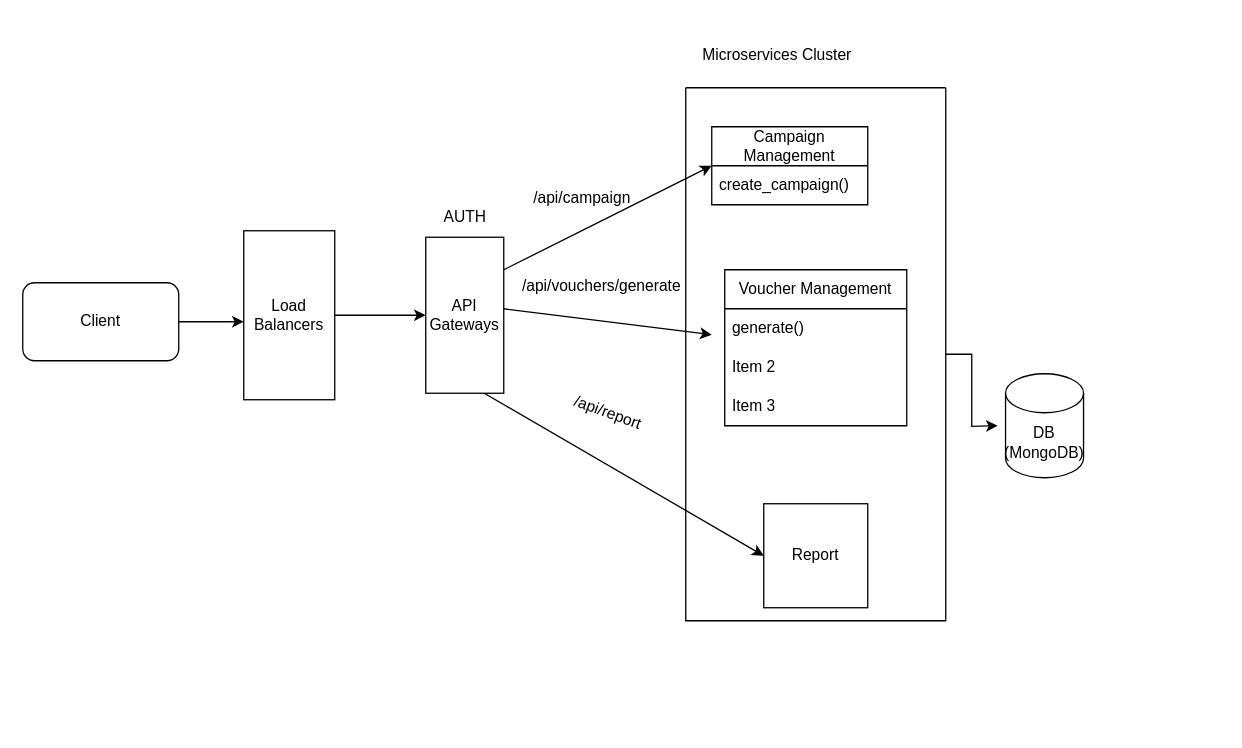
Before: Untitled Diagram.drawio in VNPAY-Internship/voucher-management-system, a draw.io diagram. Source tidied: cells renumbered, new cells numbered last; positions are measured from the earlier drawing's top-left corner, leaving out a move shared by most shapes. Both pictures are drawn from the tidied source at 130%, with x=0, y=0 at pixel (22, 35).
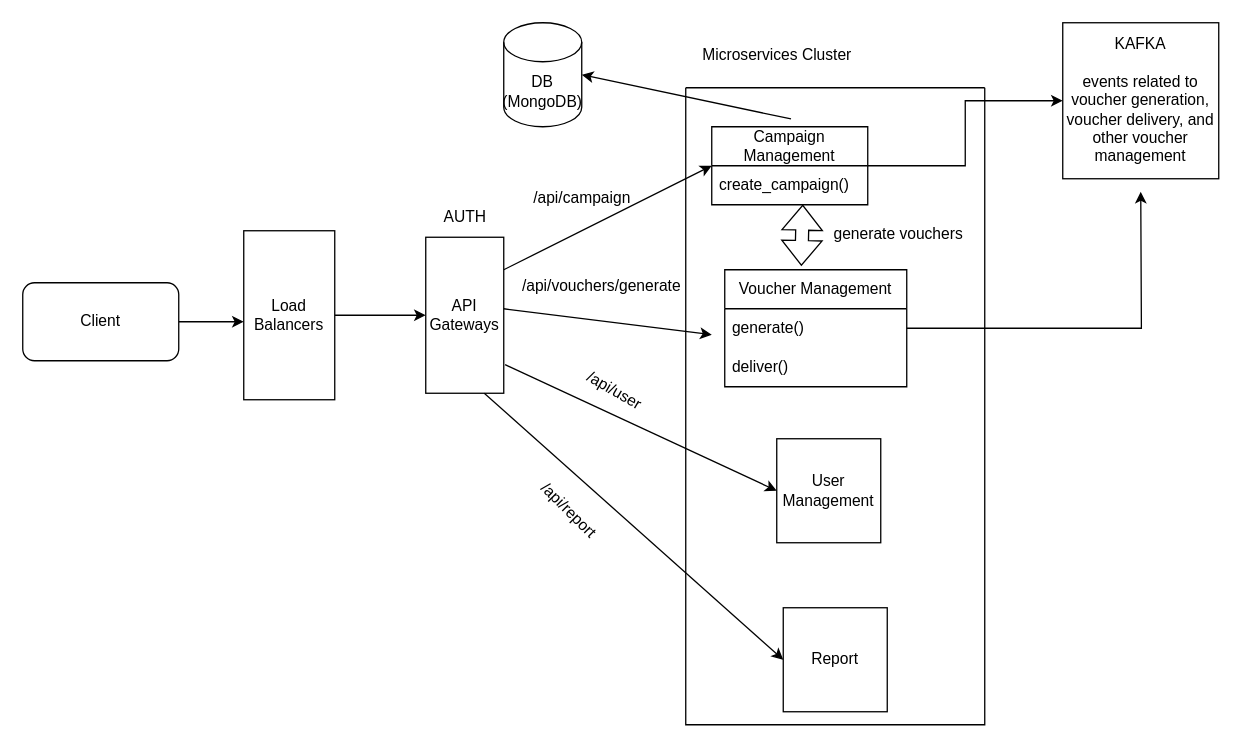
Above is the later version.

The change refers to these unchanged cells:
```xml
<mxCell id="6" value="API Gateways" style="rounded=0;whiteSpace=wrap;html=1;direction=south;" parent="1" vertex="1">
  <mxGeometry x="310" y="155" width="60" height="120" as="geometry" />
</mxCell>
<mxCell id="12" value="Campaign Management" style="swimlane;fontStyle=0;horizontal=1;startSize=30;whiteSpace=wrap;html=1;" parent="10" vertex="1">
  <mxGeometry x="20" y="30" width="120" height="60" as="geometry" />
</mxCell>
<mxCell id="15" value="generate()" style="text;strokeColor=none;fillColor=none;align=left;verticalAlign=middle;spacingLeft=4;spacingRight=4;overflow=hidden;points=[[0,0.5],[1,0.5]];portConstraint=eastwest;whiteSpace=wrap;html=1;" parent="14" vertex="1">
  <mxGeometry y="30" width="140" height="30" as="geometry" />
</mxCell>
```

Change to the diagram source:
```diff
@@
-    <mxCell id="9" style="edgeStyle=orthogonalEdgeStyle;rounded=0;jettySize=auto;html=1;" parent="1" edge="1" source="10">
-      <mxGeometry relative="1" as="geometry">
-        <mxPoint x="750" y="300" as="targetPoint" />
-      </mxGeometry>
-    </mxCell>
     <mxCell id="10" style="swimlane;startSize=0;" parent="1" vertex="1">
-      <mxGeometry x="510" y="40" width="200" height="410" as="geometry" />
+      <mxGeometry x="510" y="40" width="230" height="490" as="geometry" />
     </mxCell>
     <mxCell id="11" value="Report" style="whiteSpace=wrap;html=1;" parent="10" vertex="1">
-      <mxGeometry x="60" y="320" width="80" height="80" as="geometry" />
+      <mxGeometry x="75" y="400" width="80" height="80" as="geometry" />
     </mxCell>
@@
     <mxCell id="14" value="Voucher Management" style="swimlane;fontStyle=0;horizontal=1;startSize=30;whiteSpace=wrap;html=1;" parent="10" vertex="1">
-      <mxGeometry x="30" y="140" width="140" height="120" as="geometry" />
+      <mxGeometry x="30" y="140" width="140" height="90" as="geometry" />
     </mxCell>
+    <mxCell id="25" style="edgeStyle=orthogonalEdgeStyle;rounded=0;jettySize=auto;html=1;exitX=1;exitY=0.5;exitDx=0;exitDy=0;" parent="14" edge="1" source="15">
+      <mxGeometry relative="1" as="geometry">
+        <mxPoint x="320" y="-60" as="targetPoint" />
+      </mxGeometry>
+    </mxCell>
@@
-    <mxCell id="16" value="Item 2" style="text;strokeColor=none;fillColor=none;align=left;verticalAlign=middle;spacingLeft=4;spacingRight=4;overflow=hidden;whiteSpace=wrap;html=1;" parent="14" vertex="1">
+    <mxCell id="16" value="deliver()" style="text;strokeColor=none;fillColor=none;align=left;verticalAlign=middle;spacingLeft=4;spacingRight=4;overflow=hidden;whiteSpace=wrap;html=1;" parent="14" vertex="1">
       <mxGeometry y="60" width="140" height="30" as="geometry" />
     </mxCell>
-    <mxCell id="17" value="Item 3" style="text;strokeColor=none;fillColor=none;align=left;verticalAlign=middle;spacingLeft=4;spacingRight=4;overflow=hidden;whiteSpace=wrap;html=1;" parent="14" vertex="1">
-      <mxGeometry y="90" width="140" height="30" as="geometry" />
-    </mxCell>
+    <mxCell id="26" style="shape=flexArrow;endArrow=classic;startArrow=classic;html=1;rounded=0;exitX=0.421;exitY=-0.033;exitDx=0;exitDy=0;exitPerimeter=0;" parent="10" edge="1" source="14">
+      <mxGeometry relative="1" as="geometry">
+        <mxPoint x="90" y="90" as="targetPoint" />
+      </mxGeometry>
+    </mxCell>
+    <mxCell id="27" value="generate vouchers&amp;nbsp;" style="text;html=1;align=center;verticalAlign=middle;strokeColor=none;fillColor=none;" parent="10" vertex="1">
+      <mxGeometry x="100" y="98" width="130" height="30" as="geometry" />
+    </mxCell>
+    <mxCell id="28" value="User Management" style="whiteSpace=wrap;html=1;" parent="10" vertex="1">
+      <mxGeometry x="70" y="270" width="80" height="80" as="geometry" />
+    </mxCell>
@@
-    <mxCell id="23" value="/api/report" style="text;html=1;align=center;verticalAlign=middle;strokeColor=none;fillColor=none;rotation=20;" parent="1" vertex="1">
-      <mxGeometry x="410" y="275" width="80" height="30" as="geometry" />
+    <mxCell id="23" value="/api/report" style="text;html=1;align=center;verticalAlign=middle;strokeColor=none;fillColor=none;rotation=45;" parent="1" vertex="1">
+      <mxGeometry x="380" y="350" width="80" height="30" as="geometry" />
     </mxCell>
     <mxCell id="24" value="DB (MongoDB)" style="shape=cylinder3;whiteSpace=wrap;html=1;boundedLbl=1;backgroundOutline=1;size=15;" parent="1" vertex="1">
-      <mxGeometry x="756" y="260" width="60" height="80" as="geometry" />
+      <mxGeometry x="370" y="-10" width="60" height="80" as="geometry" />
     </mxCell>
+    <mxCell id="29" value="KAFKA&lt;br&gt;&lt;br&gt;events related to voucher generation, voucher delivery, and other voucher management " style="whiteSpace=wrap;html=1;" parent="1" vertex="1">
+      <mxGeometry x="800" y="-10" width="120" height="120" as="geometry" />
+    </mxCell>
+    <mxCell id="30" style="edgeStyle=orthogonalEdgeStyle;rounded=0;jettySize=auto;html=1;" parent="1" edge="1" source="12" target="29">
+      <mxGeometry relative="1" as="geometry" />
+    </mxCell>
+    <mxCell id="31" style="endArrow=classic;html=1;rounded=0;entryX=1;entryY=0.5;entryDx=0;entryDy=0;entryPerimeter=0;exitX=0.508;exitY=-0.1;exitDx=0;exitDy=0;exitPerimeter=0;" parent="1" edge="1" source="12" target="24">
+      <mxGeometry relative="1" as="geometry">
+        <Array as="points">
+          <mxPoint x="590" y="64" />
+        </Array>
+      </mxGeometry>
+    </mxCell>
+    <mxCell id="32" style="endArrow=classic;html=1;rounded=0;entryX=0;entryY=0.5;entryDx=0;entryDy=0;exitX=0.817;exitY=-0.017;exitDx=0;exitDy=0;exitPerimeter=0;" parent="1" edge="1" source="6" target="28">
+      <mxGeometry relative="1" as="geometry" />
+    </mxCell>
+    <mxCell id="33" value="/api/user" style="text;html=1;align=center;verticalAlign=middle;strokeColor=none;fillColor=none;rotation=30;" parent="1" vertex="1">
+      <mxGeometry x="420" y="258" width="70" height="30" as="geometry" />
+    </mxCell>
```
